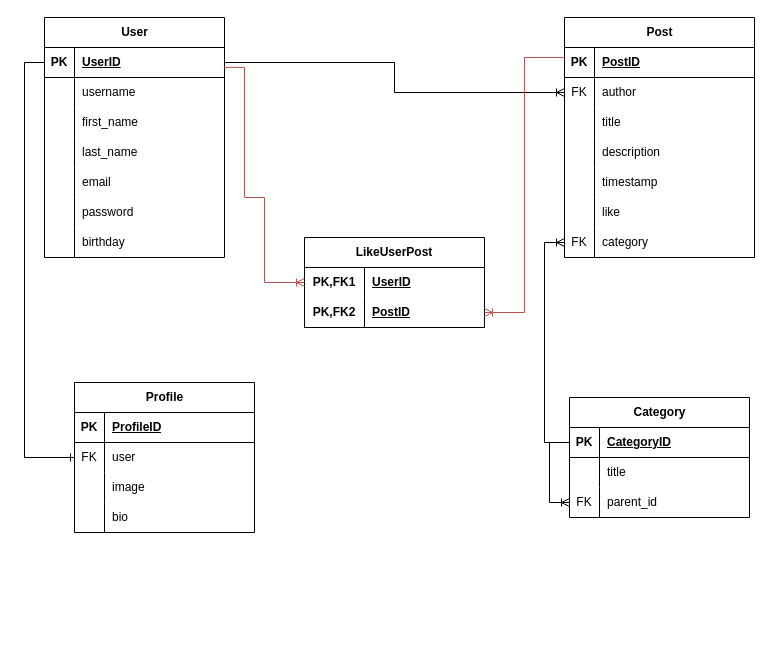
Above: Untitled Diagram.drawio in Nahid-ahmdv/DjangoBlogProgect-BrandAfraz- (draw.io), before the change. Source tidied: cells renumbered, new cells numbered last; positions are measured from the earlier drawing's top-left corner, leaving out a move shared by most shapes. Both pictures are drawn from the tidied source at 100%, with x=0, y=0 at pixel (44, 17).
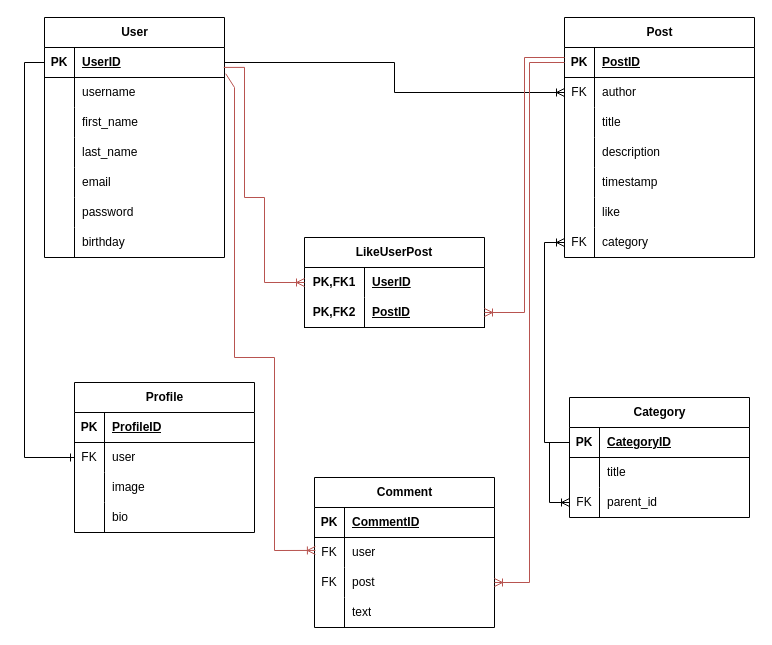
The same diagram, later.

Unchanged cells that the change refers to:
```xml
<mxCell id="7" style="shape=tableRow;horizontal=0;startSize=0;swimlaneHead=0;swimlaneBody=0;fillColor=none;points=[[0,0.5],[1,0.5]];portConstraint=eastwest;top=0;left=0;right=0;bottom=0;" parent="3" vertex="1">
  <mxGeometry y="60" width="180" height="30" as="geometry" />
</mxCell>
<mxCell id="26" style="shape=tableRow;horizontal=0;startSize=0;swimlaneHead=0;swimlaneBody=0;fillColor=none;points=[[0,0.5],[1,0.5]];portConstraint=eastwest;top=0;left=0;right=0;bottom=1;" parent="25" vertex="1">
  <mxGeometry y="30" width="190" height="30" as="geometry" />
</mxCell>
```

The edit, as a diff of the source:
```diff
@@
+    <mxCell id="82" value="Comment" style="shape=table;startSize=30;childLayout=tableLayout;rowLines=0;fontStyle=1;align=center;html=1;" parent="1" vertex="1">
+      <mxGeometry x="270" y="460" width="180" height="150" as="geometry" />
+    </mxCell>
+    <mxCell id="83" style="shape=tableRow;horizontal=0;startSize=0;swimlaneHead=0;swimlaneBody=0;fillColor=none;top=0;left=0;right=0;bottom=1;" parent="82" vertex="1">
+      <mxGeometry y="30" width="180" height="30" as="geometry" />
+    </mxCell>
+    <mxCell id="84" value="PK" style="shape=partialRectangle;fillColor=none;top=0;left=0;bottom=0;right=0;fontStyle=1;overflow=hidden;whiteSpace=wrap;html=1;" parent="83" vertex="1">
+      <mxGeometry width="30" height="30" as="geometry" />
+    </mxCell>
+    <mxCell id="85" value="CommentID" style="shape=partialRectangle;fillColor=none;top=0;left=0;bottom=0;right=0;align=left;spacingLeft=6;fontStyle=5;overflow=hidden;whiteSpace=wrap;html=1;" parent="83" vertex="1">
+      <mxGeometry x="30" width="150" height="30" as="geometry" />
+    </mxCell>
+    <mxCell id="86" style="shape=tableRow;horizontal=0;startSize=0;swimlaneHead=0;swimlaneBody=0;fillColor=none;points=[[0,0.5],[1,0.5]];portConstraint=eastwest;top=0;left=0;right=0;bottom=0;" parent="82" vertex="1">
+      <mxGeometry y="60" width="180" height="30" as="geometry" />
+    </mxCell>
+    <mxCell id="87" value="FK" style="shape=partialRectangle;fillColor=none;top=0;left=0;bottom=0;right=0;overflow=hidden;whiteSpace=wrap;html=1;" parent="86" vertex="1">
+      <mxGeometry width="30" height="30" as="geometry" />
+    </mxCell>
+    <mxCell id="88" value="user" style="shape=partialRectangle;fillColor=none;top=0;left=0;bottom=0;right=0;align=left;spacingLeft=6;overflow=hidden;whiteSpace=wrap;html=1;" parent="86" vertex="1">
+      <mxGeometry x="30" width="150" height="30" as="geometry" />
+    </mxCell>
+    <mxCell id="89" style="shape=tableRow;horizontal=0;startSize=0;swimlaneHead=0;swimlaneBody=0;fillColor=none;points=[[0,0.5],[1,0.5]];portConstraint=eastwest;top=0;left=0;right=0;bottom=0;" parent="82" vertex="1">
+      <mxGeometry y="90" width="180" height="30" as="geometry" />
+    </mxCell>
+    <mxCell id="90" value="FK" style="shape=partialRectangle;fillColor=none;top=0;left=0;bottom=0;right=0;overflow=hidden;whiteSpace=wrap;html=1;" parent="89" vertex="1">
+      <mxGeometry width="30" height="30" as="geometry" />
+    </mxCell>
+    <mxCell id="91" value="post" style="shape=partialRectangle;fillColor=none;top=0;left=0;bottom=0;right=0;align=left;spacingLeft=6;overflow=hidden;whiteSpace=wrap;html=1;" parent="89" vertex="1">
+      <mxGeometry x="30" width="150" height="30" as="geometry" />
+    </mxCell>
+    <mxCell id="92" style="shape=tableRow;horizontal=0;startSize=0;swimlaneHead=0;swimlaneBody=0;fillColor=none;top=0;left=0;right=0;bottom=0;" parent="82" vertex="1">
+      <mxGeometry y="120" width="180" height="30" as="geometry" />
+    </mxCell>
+    <mxCell id="93" style="shape=partialRectangle;fillColor=none;top=0;left=0;bottom=0;right=0;overflow=hidden;whiteSpace=wrap;html=1;" parent="92" vertex="1">
+      <mxGeometry width="30" height="30" as="geometry" />
+    </mxCell>
+    <mxCell id="94" value="text" style="shape=partialRectangle;fillColor=none;top=0;left=0;bottom=0;right=0;align=left;spacingLeft=6;overflow=hidden;whiteSpace=wrap;html=1;" parent="92" vertex="1">
+      <mxGeometry x="30" width="150" height="30" as="geometry" />
+    </mxCell>
+    <mxCell id="95" style="endArrow=ERoneToMany;html=1;rounded=0;exitX=1.007;exitY=-0.126;exitDx=0;exitDy=0;exitPerimeter=0;entryX=0.005;entryY=0.431;entryDx=0;entryDy=0;entryPerimeter=0;endFill=0;fillColor=#f8cecc;strokeColor=#b85450;" parent="1" edge="1" source="7" target="86">
+      <mxGeometry relative="1" as="geometry">
+        <Array as="points">
+          <mxPoint x="190" y="70" />
+          <mxPoint x="190" y="340" />
+          <mxPoint x="230" y="340" />
+          <mxPoint x="230" y="533" />
+        </Array>
+      </mxGeometry>
+    </mxCell>
+    <mxCell id="96" style="edgeStyle=orthogonalEdgeStyle;rounded=0;jettySize=auto;html=1;exitX=0;exitY=0.5;exitDx=0;exitDy=0;entryX=1;entryY=0.5;entryDx=0;entryDy=0;fillColor=#f8cecc;strokeColor=#b85450;endArrow=ERoneToMany;endFill=0;" parent="1" edge="1" source="26" target="89">
+      <mxGeometry relative="1" as="geometry" />
+    </mxCell>
```
